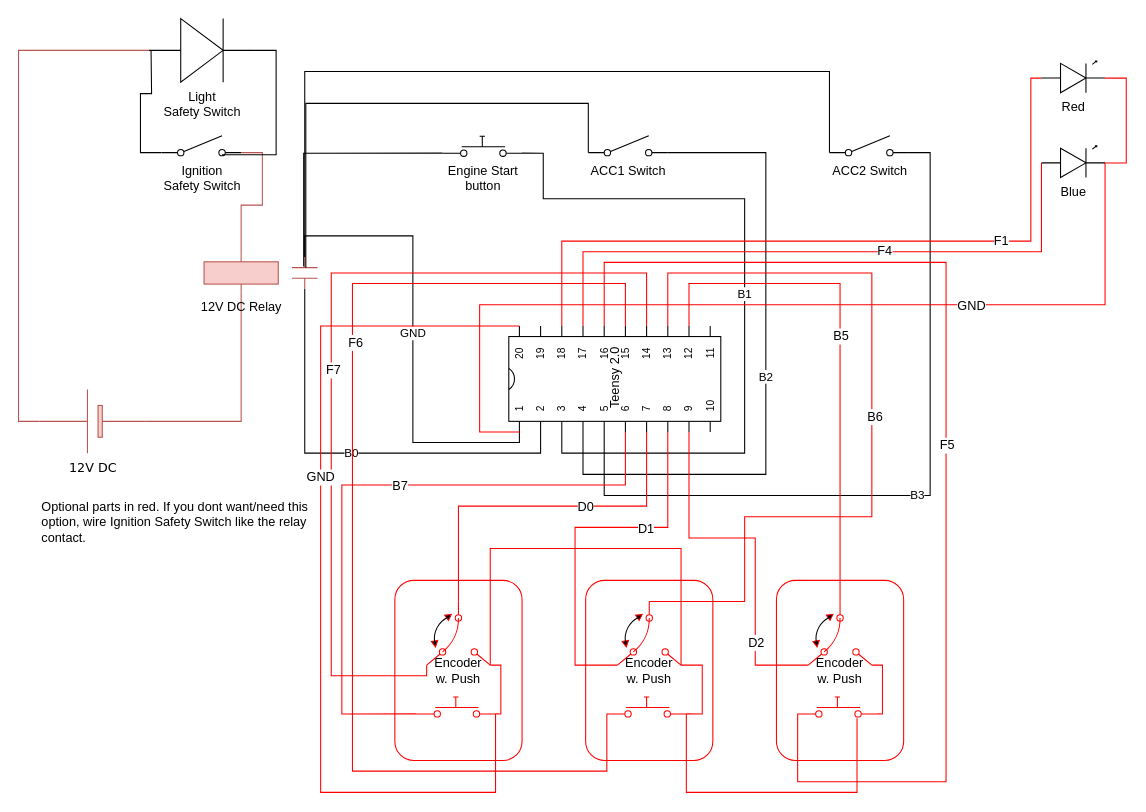
simracingtools/hardware keeps this draw.io diagram as starterbox/WiringDiagram.drawio. Above is the earlier version. Source tidied: cells renumbered, new cells numbered last; positions are measured from the earlier drawing's top-left corner, leaving out a move shared by most shapes. Both pictures are drawn from the tidied source at 106%, with x=0, y=0 at pixel (39, 18).
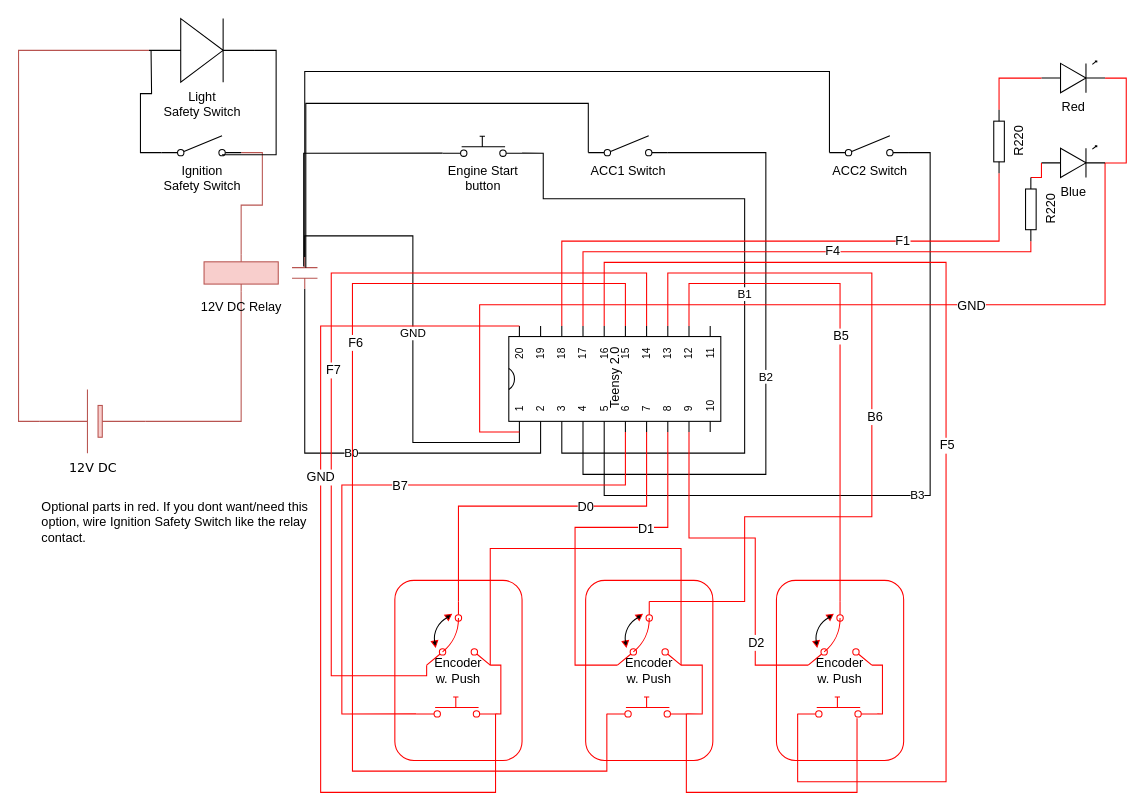
Above is the later version.

Commit message (it also covers changes not shown here):
Added resistors for LED

Unchanged cells that the change refers to:
```xml
<mxCell id="16" value="Teensy 2.0" style="shadow=0;dashed=0;align=center;fillColor=#ffffff;html=1;strokeWidth=1;shape=mxgraph.electrical.logic_gates.dual_inline_ic;rotation=-90;" parent="1" vertex="1">
  <mxGeometry x="492.5" y="240" width="100" height="200" as="geometry" />
</mxCell>
<mxCell id="63" value="Red" style="verticalLabelPosition=bottom;shadow=0;dashed=0;align=center;fillColor=#ffffff;html=1;verticalAlign=top;strokeWidth=1;shape=mxgraph.electrical.opto_electronics.led_1;" parent="1" vertex="1">
  <mxGeometry x="945" y="40" width="60" height="30" as="geometry" />
</mxCell>
<mxCell id="67" value="Blue" style="verticalLabelPosition=bottom;shadow=0;dashed=0;align=center;fillColor=#ffffff;html=1;verticalAlign=top;strokeWidth=1;shape=mxgraph.electrical.opto_electronics.led_1;" parent="1" vertex="1">
  <mxGeometry x="945" y="120" width="60" height="30" as="geometry" />
</mxCell>
```

The edit, as a diff of the source:
```diff
@@
-    <mxCell id="61" style="edgeStyle=orthogonalEdgeStyle;rounded=0;jettySize=auto;html=1;exitX=0;exitY=0.54;exitDx=0;exitDy=0;exitPerimeter=0;entryX=1;entryY=0;entryDx=0;entryDy=50;entryPerimeter=0;endArrow=none;endFill=0;strokeColor=#FF0000;" parent="1" edge="1" source="63" target="16">
+    <mxCell id="61" style="edgeStyle=orthogonalEdgeStyle;rounded=0;jettySize=auto;html=1;exitX=0;exitY=0.5;exitDx=0;exitDy=0;exitPerimeter=0;entryX=1;entryY=0;entryDx=0;entryDy=50;entryPerimeter=0;endArrow=none;endFill=0;strokeColor=#FF0000;" parent="1" edge="1" source="69" target="16">
       <mxGeometry relative="1" as="geometry">
         <Array as="points">
-          <mxPoint x="935" y="56" />
-          <mxPoint x="935" y="210" />
+          <mxPoint x="905" y="210" />
           <mxPoint x="493" y="210" />
         </Array>
       </mxGeometry>
     </mxCell>
@@
-    <mxCell id="64" style="edgeStyle=orthogonalEdgeStyle;rounded=0;jettySize=auto;html=1;exitX=0;exitY=0.54;exitDx=0;exitDy=0;exitPerimeter=0;entryX=1;entryY=0;entryDx=0;entryDy=70;entryPerimeter=0;endArrow=none;endFill=0;strokeColor=#FF0000;" parent="1" edge="1" source="67" target="16">
+    <mxCell id="64" style="edgeStyle=orthogonalEdgeStyle;rounded=0;jettySize=auto;html=1;exitX=0;exitY=0.5;exitDx=0;exitDy=0;exitPerimeter=0;entryX=1;entryY=0;entryDx=0;entryDy=70;entryPerimeter=0;endArrow=none;endFill=0;strokeColor=#FF0000;" parent="1" edge="1" source="71" target="16">
       <mxGeometry relative="1" as="geometry">
         <Array as="points">
-          <mxPoint x="945" y="220" />
+          <mxPoint x="935" y="220" />
           <mxPoint x="513" y="220" />
         </Array>
       </mxGeometry>
     </mxCell>
@@
+    <mxCell id="68" style="edgeStyle=orthogonalEdgeStyle;rounded=0;jettySize=auto;html=1;exitX=1;exitY=0.5;exitDx=0;exitDy=0;exitPerimeter=0;entryX=0;entryY=0.54;entryDx=0;entryDy=0;entryPerimeter=0;endArrow=none;endFill=0;strokeColor=#FF0000;" parent="1" edge="1" source="69" target="63">
+      <mxGeometry relative="1" as="geometry" />
+    </mxCell>
+    <mxCell id="69" value="R220" style="verticalLabelPosition=bottom;shadow=0;dashed=0;align=center;fillColor=#ffffff;html=1;verticalAlign=top;strokeWidth=1;shape=mxgraph.electrical.resistors.resistor_1;rotation=-90;" parent="1" vertex="1">
+      <mxGeometry x="875" y="111" width="60" height="10" as="geometry" />
+    </mxCell>
+    <mxCell id="70" style="edgeStyle=orthogonalEdgeStyle;rounded=0;jettySize=auto;html=1;exitX=1;exitY=0.5;exitDx=0;exitDy=0;exitPerimeter=0;entryX=0;entryY=0.54;entryDx=0;entryDy=0;entryPerimeter=0;endArrow=none;endFill=0;strokeColor=#FF0000;" parent="1" edge="1" source="71" target="67">
+      <mxGeometry relative="1" as="geometry">
+        <Array as="points">
+          <mxPoint x="945" y="150" />
+        </Array>
+      </mxGeometry>
+    </mxCell>
+    <mxCell id="71" value="R220" style="verticalLabelPosition=bottom;shadow=0;dashed=0;align=center;fillColor=#ffffff;html=1;verticalAlign=top;strokeWidth=1;shape=mxgraph.electrical.resistors.resistor_1;rotation=-90;" parent="1" vertex="1">
+      <mxGeometry x="905" y="175" width="60" height="10" as="geometry" />
+    </mxCell>
```
